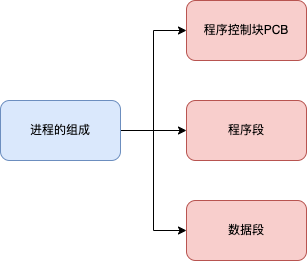
Above: process.drawio.png in YuMingLiDawn/Linux (draw.io), before the change. Source tidied: cells renumbered, new cells last; positions are measured from the earlier drawing's top-left corner, leaving out a move shared by most shapes.
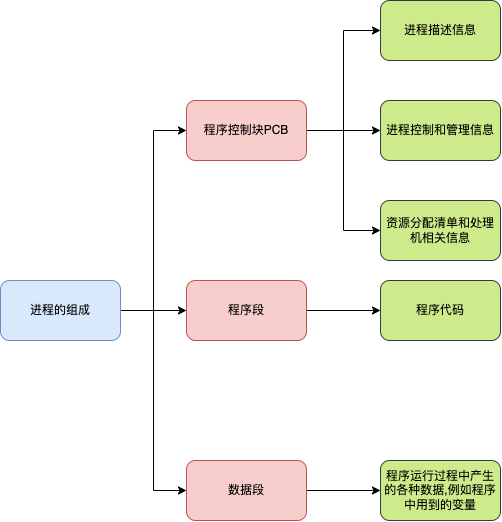
After the change.

The edit, as a diff of the source:
```diff
@@ -12,16 +12,46 @@
       <mxGeometry relative="1" as="geometry" />
     </mxCell>
     <mxCell id="5" value="进程的组成" style="rounded=1;whiteSpace=wrap;html=1;fillColor=#dae8fc;strokeColor=#6c8ebf;" parent="1" vertex="1">
-      <mxGeometry y="100" width="120" height="60" as="geometry" />
+      <mxGeometry y="260" width="120" height="60" as="geometry" />
     </mxCell>
+    <mxCell id="9" style="edgeStyle=orthogonalEdgeStyle;rounded=0;jettySize=auto;html=1;entryX=0;entryY=0.5;entryDx=0;entryDy=0;" parent="1" edge="1" source="6" target="15">
+      <mxGeometry relative="1" as="geometry" />
+    </mxCell>
+    <mxCell id="10" style="edgeStyle=orthogonalEdgeStyle;rounded=0;jettySize=auto;html=1;entryX=0;entryY=0.5;entryDx=0;entryDy=0;" parent="1" edge="1" source="6" target="14">
+      <mxGeometry relative="1" as="geometry" />
+    </mxCell>
+    <mxCell id="11" style="edgeStyle=orthogonalEdgeStyle;rounded=0;jettySize=auto;html=1;entryX=0;entryY=0.5;entryDx=0;entryDy=0;" parent="1" edge="1" source="6" target="16">
+      <mxGeometry relative="1" as="geometry" />
+    </mxCell>
     <mxCell id="6" value="程序控制块PCB" style="rounded=1;whiteSpace=wrap;html=1;fillColor=#f8cecc;strokeColor=#b85450;" parent="1" vertex="1">
-      <mxGeometry x="186" width="120" height="60" as="geometry" />
+      <mxGeometry x="186" y="80" width="120" height="60" as="geometry" />
     </mxCell>
+    <mxCell id="12" style="edgeStyle=orthogonalEdgeStyle;rounded=0;jettySize=auto;html=1;" parent="1" edge="1" source="7" target="17">
+      <mxGeometry relative="1" as="geometry" />
+    </mxCell>
     <mxCell id="7" value="程序段" style="rounded=1;whiteSpace=wrap;html=1;fillColor=#f8cecc;strokeColor=#b85450;" parent="1" vertex="1">
-      <mxGeometry x="186" y="100" width="120" height="60" as="geometry" />
+      <mxGeometry x="186" y="260" width="120" height="60" as="geometry" />
     </mxCell>
+    <mxCell id="13" style="edgeStyle=orthogonalEdgeStyle;rounded=0;jettySize=auto;html=1;" parent="1" edge="1" source="8" target="18">
+      <mxGeometry relative="1" as="geometry" />
+    </mxCell>
     <mxCell id="8" value="数据段" style="rounded=1;whiteSpace=wrap;html=1;fillColor=#f8cecc;strokeColor=#b85450;" parent="1" vertex="1">
-      <mxGeometry x="186" y="200" width="120" height="60" as="geometry" />
+      <mxGeometry x="186" y="440" width="120" height="60" as="geometry" />
     </mxCell>
+    <mxCell id="14" value="进程描述信息" style="rounded=1;whiteSpace=wrap;html=1;fillColor=#cdeb8b;strokeColor=#36393d;" parent="1" vertex="1">
+      <mxGeometry x="380" y="-20" width="120" height="60" as="geometry" />
+    </mxCell>
+    <mxCell id="15" value="进程控制和管理信息" style="rounded=1;whiteSpace=wrap;html=1;fillColor=#cdeb8b;strokeColor=#36393d;" parent="1" vertex="1">
+      <mxGeometry x="380" y="80" width="120" height="60" as="geometry" />
+    </mxCell>
+    <mxCell id="16" value="资源分配清单和处理机相关信息" style="rounded=1;whiteSpace=wrap;html=1;fillColor=#cdeb8b;strokeColor=#36393d;" parent="1" vertex="1">
+      <mxGeometry x="380" y="180" width="120" height="60" as="geometry" />
+    </mxCell>
+    <mxCell id="17" value="程序代码" style="rounded=1;whiteSpace=wrap;html=1;fillColor=#cdeb8b;strokeColor=#36393d;" parent="1" vertex="1">
+      <mxGeometry x="380" y="260" width="120" height="60" as="geometry" />
+    </mxCell>
+    <mxCell id="18" value="程序运行过程中产生的各种数据,例如程序中用到的变量" style="rounded=1;whiteSpace=wrap;html=1;fillColor=#cdeb8b;strokeColor=#36393d;" parent="1" vertex="1">
+      <mxGeometry x="380" y="440" width="120" height="60" as="geometry" />
+    </mxCell>
   </root>
 </mxGraphModel>
```
